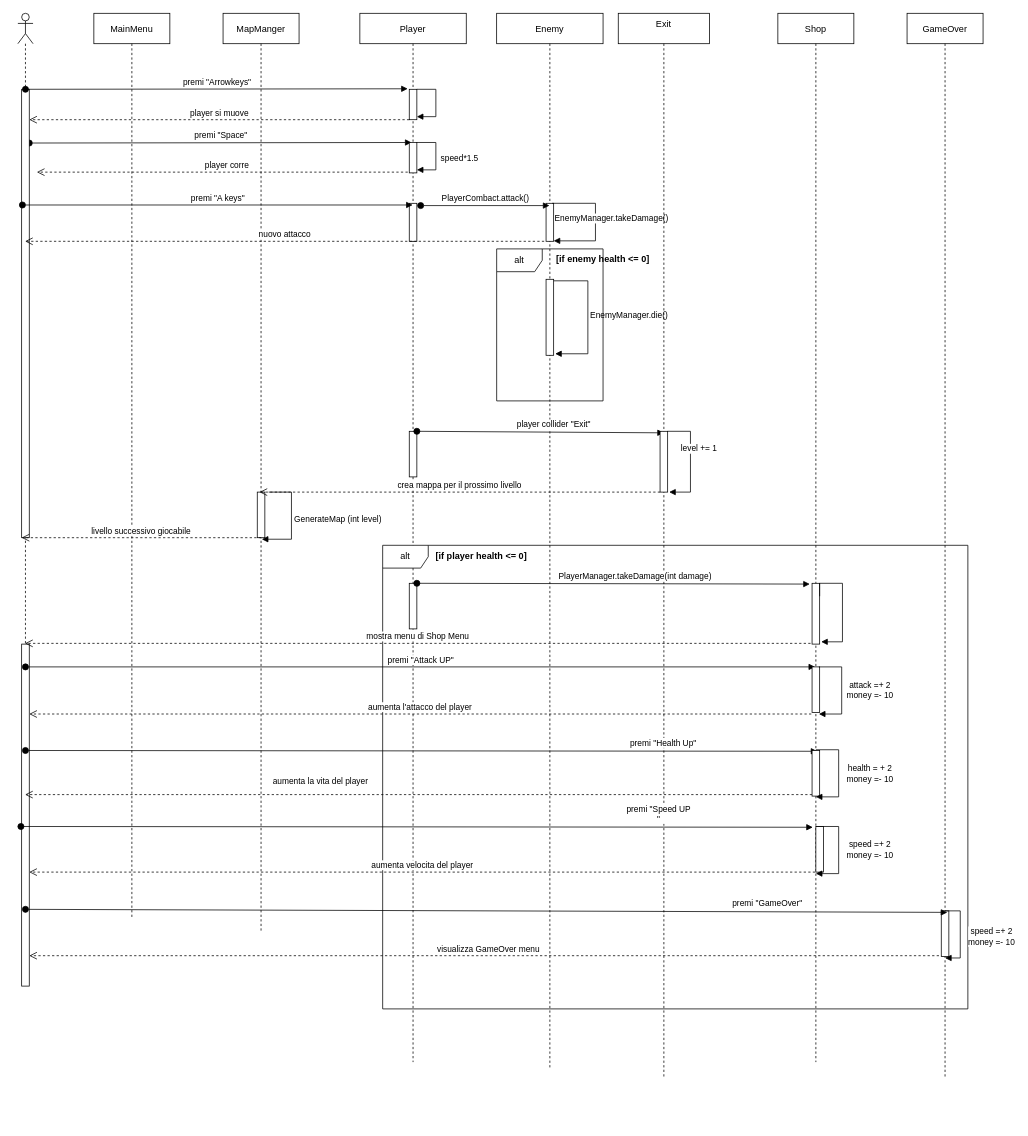
Above: sequence Diagram scene map.drawio in Francesco7760/UNITY_PROJECT_EXAM (draw.io), before the change. Source tidied: cells renumbered, new cells numbered last; positions are measured from the earlier drawing's top-left corner, leaving out a move shared by most shapes. Both pictures are drawn from the tidied source at 76%, with x=0, y=0 at pixel (17, 13).
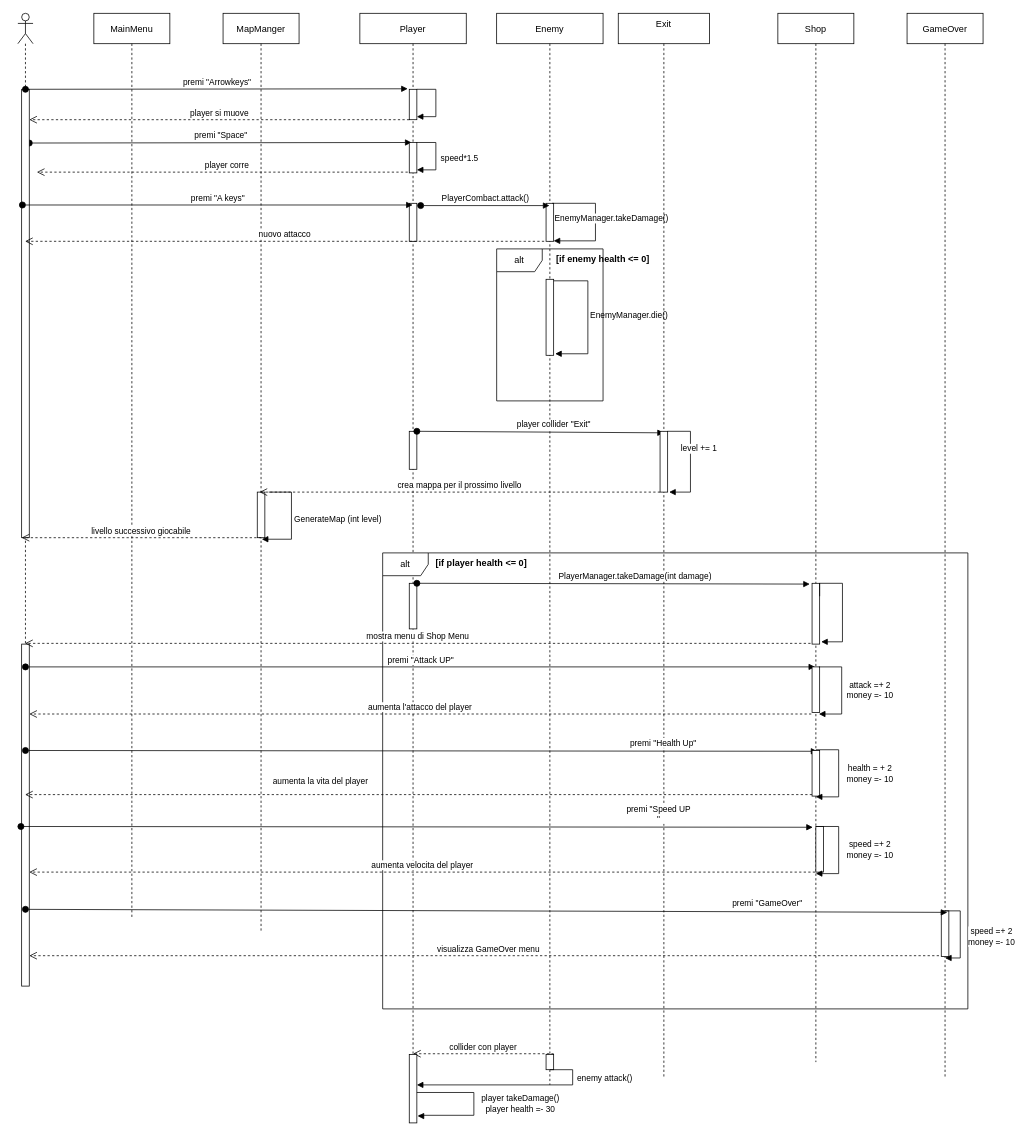
After the change.

The change refers to these unchanged cells:
```xml
<mxCell id="7" value="Player" style="shape=umlLifeline;perimeter=lifelinePerimeter;rounded=0;shadow=0;strokeWidth=1;" parent="1" vertex="1">
  <mxGeometry x="450" width="140" height="1380" as="geometry" />
</mxCell>
<mxCell id="28" value="Exit&#10;" style="shape=umlLifeline;perimeter=lifelinePerimeter;rounded=0;shadow=0;strokeWidth=1;" parent="1" vertex="1">
  <mxGeometry x="790" width="120" height="1400" as="geometry" />
</mxCell>
```

The edit, as a diff of the source:
```diff
@@
     <mxCell id="10" style="perimeter=orthogonalPerimeter;rounded=0;shadow=0;strokeWidth=1;" parent="7" vertex="1">
-      <mxGeometry x="65" y="550" width="10" height="60" as="geometry" />
+      <mxGeometry x="65" y="550" width="10" height="50" as="geometry" />
     </mxCell>
@@
     <mxCell id="15" value="Enemy" style="shape=umlLifeline;perimeter=lifelinePerimeter;rounded=0;shadow=0;strokeWidth=1;" parent="1" vertex="1">
-      <mxGeometry x="630" width="140" height="1390" as="geometry" />
+      <mxGeometry x="630" width="140" height="1410" as="geometry" />
     </mxCell>
@@
+    <mxCell id="69" style="perimeter=orthogonalPerimeter;rounded=0;shadow=0;strokeWidth=1;" parent="15" vertex="1">
+      <mxGeometry x="65" y="1370" width="10" height="20" as="geometry" />
+    </mxCell>
+    <mxCell id="70" value="collider con player" style="html=1;verticalAlign=bottom;endArrow=open;dashed=1;endSize=8;rounded=0;" parent="15" edge="1">
+      <mxGeometry relative="1" as="geometry">
+        <mxPoint x="75" y="1369" as="sourcePoint" />
+        <mxPoint x="-110" y="1369" as="targetPoint" />
+      </mxGeometry>
+    </mxCell>
@@
     <mxCell id="30" value="&lt;div&gt;alt&lt;/div&gt;" style="shape=umlFrame;whiteSpace=wrap;html=1;direction=east;" parent="28" vertex="1">
-      <mxGeometry x="-310" y="700" width="770" height="610" as="geometry" />
+      <mxGeometry x="-310" y="710" width="770" height="600" as="geometry" />
     </mxCell>
@@
-    <mxCell id="32" value="[if player health &lt;= 0]" style="text;align=center;fontStyle=1;verticalAlign=middle;spacingLeft=3;spacingRight=3;strokeColor=none;" parent="28" vertex="1">
-      <mxGeometry x="-220" y="700" width="80" height="26" as="geometry" />
-    </mxCell>
@@
+    <mxCell id="32" value="[if player health &lt;= 0]" style="text;align=center;fontStyle=1;verticalAlign=middle;spacingLeft=3;spacingRight=3;strokeColor=none;" parent="1" vertex="1">
+      <mxGeometry x="570" y="710" width="80" height="26" as="geometry" />
+    </mxCell>
+    <mxCell id="71" style="points=[];perimeter=orthogonalPerimeter;rounded=0;shadow=0;strokeWidth=1;" parent="1" vertex="1">
+      <mxGeometry x="515" y="1370" width="10" height="90" as="geometry" />
+    </mxCell>
+    <mxCell id="72" style="edgeStyle=orthogonalEdgeStyle;html=1;align=left;spacingLeft=2;endArrow=block;rounded=0;labelBackgroundColor=default;labelBorderColor=none;" parent="1" edge="1">
+      <mxGeometry relative="1" as="geometry">
+        <mxPoint x="700" y="1390" as="sourcePoint" />
+        <mxPoint x="525" y="1410" as="targetPoint" />
+        <Array as="points">
+          <mxPoint x="730" y="1390" />
+          <mxPoint x="730" y="1410" />
+        </Array>
+      </mxGeometry>
+    </mxCell>
+    <mxCell id="73" value="enemy attack()" style="edgeLabel;html=1;align=center;verticalAlign=middle;" parent="72" vertex="1">
+      <mxGeometry x="-0.51" y="1" relative="1" as="geometry">
+        <mxPoint x="53" y="-11" as="offset" />
+      </mxGeometry>
+    </mxCell>
+    <mxCell id="74" style="edgeStyle=orthogonalEdgeStyle;html=1;align=left;spacingLeft=2;endArrow=block;rounded=0;labelBackgroundColor=default;labelBorderColor=none;entryX=1.1;entryY=0.9;entryDx=0;entryDy=0;entryPerimeter=0;" parent="1" edge="1" target="71">
+      <mxGeometry relative="1" as="geometry">
+        <mxPoint x="525" y="1420" as="sourcePoint" />
+        <Array as="points">
+          <mxPoint x="600" y="1420" />
+          <mxPoint x="600" y="1450" />
+          <mxPoint x="528" y="1450" />
+          <mxPoint x="528" y="1451" />
+        </Array>
+      </mxGeometry>
+    </mxCell>
+    <mxCell id="75" value="&lt;div&gt;player takeDamage()&lt;/div&gt;&lt;div&gt;player health =- 30&lt;br&gt;&lt;/div&gt;" style="edgeLabel;html=1;align=center;verticalAlign=middle;" parent="74" vertex="1">
+      <mxGeometry x="-0.28" y="2" relative="1" as="geometry">
+        <mxPoint x="70" y="16" as="offset" />
+      </mxGeometry>
+    </mxCell>
```
